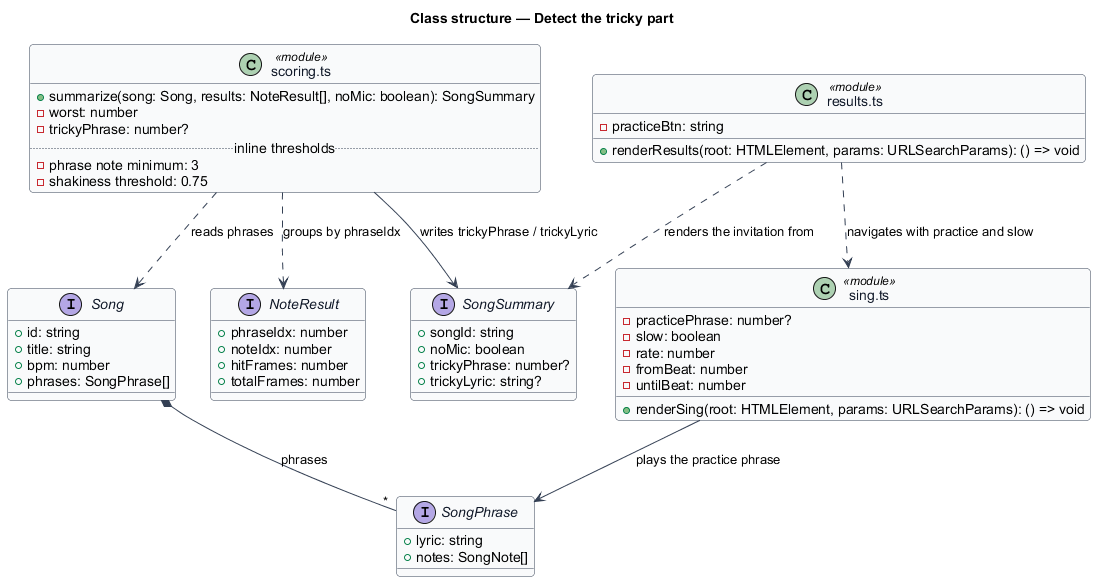
Above: docs/detailed-designs/scoring-and-results/detect-tricky-part/diagrams/class-structure.png in QuinntyneBrown/TwinkleTune (PlantUML), before the change. The source it was exported from:
```plantuml
@startuml
skinparam backgroundColor #FFFFFF
skinparam shadowing false
skinparam roundcorner 8
skinparam defaultFontName Arial
skinparam ArrowColor #344054
skinparam class {
  BorderColor #344054
  FontColor #101828
  BackgroundColor #F9FAFB
}
title Class structure — Detect the tricky part

interface SongPhrase {
  +lyric: string
  +notes: SongNote[]
}

interface Song {
  +id: string
  +title: string
  +bpm: number
  +phrases: SongPhrase[]
}

interface NoteResult {
  +phraseIdx: number
  +noteIdx: number
  +hitFrames: number
  +totalFrames: number
}

interface SongSummary {
  +songId: string
  +noMic: boolean
  +trickyPhrase: number?
  +trickyLyric: string?
}

class "scoring.ts" as ScoringMod <<module>> {
  +summarize(song: Song, results: NoteResult[], noMic: boolean): SongSummary
  -worst: number
  -trickyPhrase: number?
  .. inline thresholds ..
  -phrase note minimum: 3
  -shakiness threshold: 0.75
}

class "results.ts" as ResultsMod <<module>> {
  +renderResults(root: HTMLElement, params: URLSearchParams): () => void
  -practiceBtn: string
}

class "sing.ts" as SingMod <<module>> {
  +renderSing(root: HTMLElement, params: URLSearchParams): () => void
  -practicePhrase: number?
  -slow: boolean
  -rate: number
  -fromBeat: number
  -untilBeat: number
}

Song *-- "*" SongPhrase : phrases
ScoringMod ..> NoteResult : groups by phraseIdx
ScoringMod ..> Song : reads phrases
ScoringMod --> SongSummary : writes trickyPhrase / trickyLyric
ResultsMod ..> SongSummary : renders the invitation from
ResultsMod ..> SingMod : navigates with practice and slow
SingMod --> SongPhrase : plays the practice phrase
@enduml
```
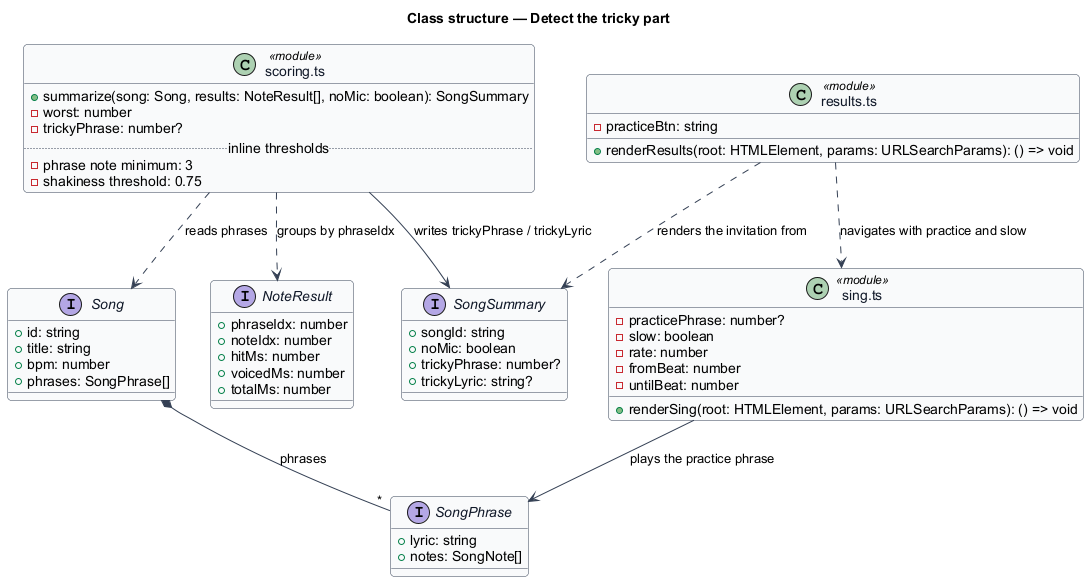
After the change.

The edit, as a diff of the source:
```diff
@@ -26,8 +26,9 @@
 interface NoteResult {
   +phraseIdx: number
   +noteIdx: number
-  +hitFrames: number
-  +totalFrames: number
+  +hitMs: number
+  +voicedMs: number
+  +totalMs: number
 }
 
 interface SongSummary {
```
